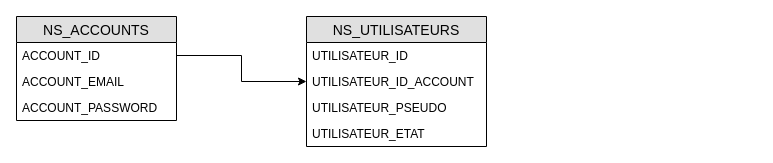
The draw.io diagram BDD.drawio in neyhos-studio/Wiki-NS, before the edit. Source tidied: cells renumbered, new cells numbered last; positions are measured from the earlier drawing's top-left corner, leaving out a move shared by most shapes. Both pictures are drawn from the tidied source at 100%, with x=0, y=0 at pixel (16, 16).
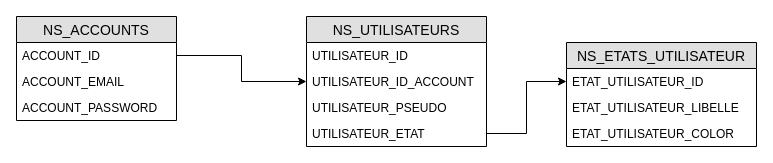
Above is the later version.

What changed in the source:
```diff
@@
 <mxGraphModel>
   <root>
     <mxCell id="0" />
     <mxCell id="1" parent="0" />
     <mxCell id="2" value="NS_ACCOUNTS" style="swimlane;fontStyle=0;horizontal=1;startSize=26;fillColor=#e0e0e0;swimlaneFillColor=#ffffff;align=center;fontSize=14;" parent="1" vertex="1">
       <mxGeometry width="160" height="104" as="geometry" />
     </mxCell>
     <mxCell id="3" value="ACCOUNT_ID" style="text;strokeColor=none;fillColor=none;spacingLeft=4;spacingRight=4;overflow=hidden;points=[[0,0.5],[1,0.5]];portConstraint=eastwest;fontSize=12;" parent="2" vertex="1">
       <mxGeometry y="26" width="160" height="26" as="geometry" />
     </mxCell>
     <mxCell id="4" value="ACCOUNT_EMAIL" style="text;strokeColor=none;fillColor=none;spacingLeft=4;spacingRight=4;overflow=hidden;fontSize=12;" parent="2" vertex="1">
       <mxGeometry y="52" width="160" height="26" as="geometry" />
     </mxCell>
     <mxCell id="5" value="ACCOUNT_PASSWORD&#10;" style="text;strokeColor=none;fillColor=none;spacingLeft=4;spacingRight=4;overflow=hidden;fontSize=12;" parent="2" vertex="1">
       <mxGeometry y="78" width="160" height="26" as="geometry" />
     </mxCell>
     <mxCell id="6" value="NS_UTILISATEURS" style="swimlane;fontStyle=0;horizontal=1;startSize=26;fillColor=#e0e0e0;swimlaneFillColor=#ffffff;align=center;fontSize=14;" parent="1" vertex="1">
       <mxGeometry x="290" width="180" height="130" as="geometry" />
     </mxCell>
     <mxCell id="7" value="UTILISATEUR_ID" style="text;strokeColor=none;fillColor=none;spacingLeft=4;spacingRight=4;overflow=hidden;fontSize=12;" parent="6" vertex="1">
       <mxGeometry y="26" width="180" height="26" as="geometry" />
     </mxCell>
     <mxCell id="8" value="UTILISATEUR_ID_ACCOUNT" style="text;strokeColor=none;fillColor=none;spacingLeft=4;spacingRight=4;overflow=hidden;points=[[0,0.5],[1,0.5]];portConstraint=eastwest;fontSize=12;" parent="6" vertex="1">
       <mxGeometry y="52" width="180" height="26" as="geometry" />
     </mxCell>
     <mxCell id="9" value="UTILISATEUR_PSEUDO" style="text;strokeColor=none;fillColor=none;spacingLeft=4;spacingRight=4;overflow=hidden;fontSize=12;" parent="6" vertex="1">
       <mxGeometry y="78" width="180" height="26" as="geometry" />
     </mxCell>
     <mxCell id="10" value="UTILISATEUR_ETAT" style="text;strokeColor=none;fillColor=none;spacingLeft=4;spacingRight=4;overflow=hidden;points=[[0,0.5],[1,0.5]];portConstraint=eastwest;fontSize=12;" parent="6" vertex="1">
       <mxGeometry y="104" width="180" height="26" as="geometry" />
     </mxCell>
     <mxCell id="11" style="edgeStyle=orthogonalEdgeStyle;rounded=0;jettySize=auto;html=1;exitX=1;exitY=0.5;exitDx=0;exitDy=0;entryX=0;entryY=0.5;entryDx=0;entryDy=0;" parent="1" edge="1" source="3" target="8">
       <mxGeometry relative="1" as="geometry" />
     </mxCell>
+    <mxCell id="12" value="NS_ETATS_UTILISATEUR" style="swimlane;fontStyle=0;horizontal=1;startSize=26;fillColor=#e0e0e0;swimlaneFillColor=#ffffff;align=center;fontSize=14;" parent="1" vertex="1">
+      <mxGeometry x="550" y="26" width="190" height="104" as="geometry" />
+    </mxCell>
+    <mxCell id="13" value="ETAT_UTILISATEUR_ID" style="text;strokeColor=none;fillColor=none;spacingLeft=4;spacingRight=4;overflow=hidden;points=[[0,0.5],[1,0.5]];portConstraint=eastwest;fontSize=12;" parent="12" vertex="1">
+      <mxGeometry y="26" width="190" height="26" as="geometry" />
+    </mxCell>
+    <mxCell id="14" value="ETAT_UTILISATEUR_LIBELLE" style="text;strokeColor=none;fillColor=none;spacingLeft=4;spacingRight=4;overflow=hidden;fontSize=12;" parent="12" vertex="1">
+      <mxGeometry y="52" width="190" height="26" as="geometry" />
+    </mxCell>
+    <mxCell id="15" value="ETAT_UTILISATEUR_COLOR" style="text;strokeColor=none;fillColor=none;spacingLeft=4;spacingRight=4;overflow=hidden;fontSize=12;" parent="12" vertex="1">
+      <mxGeometry y="78" width="190" height="26" as="geometry" />
+    </mxCell>
+    <mxCell id="16" style="edgeStyle=orthogonalEdgeStyle;rounded=0;jettySize=auto;html=1;exitX=1;exitY=0.5;exitDx=0;exitDy=0;entryX=0;entryY=0.5;entryDx=0;entryDy=0;" parent="1" edge="1" source="10" target="13">
+      <mxGeometry relative="1" as="geometry" />
+    </mxCell>
   </root>
 </mxGraphModel>
```
